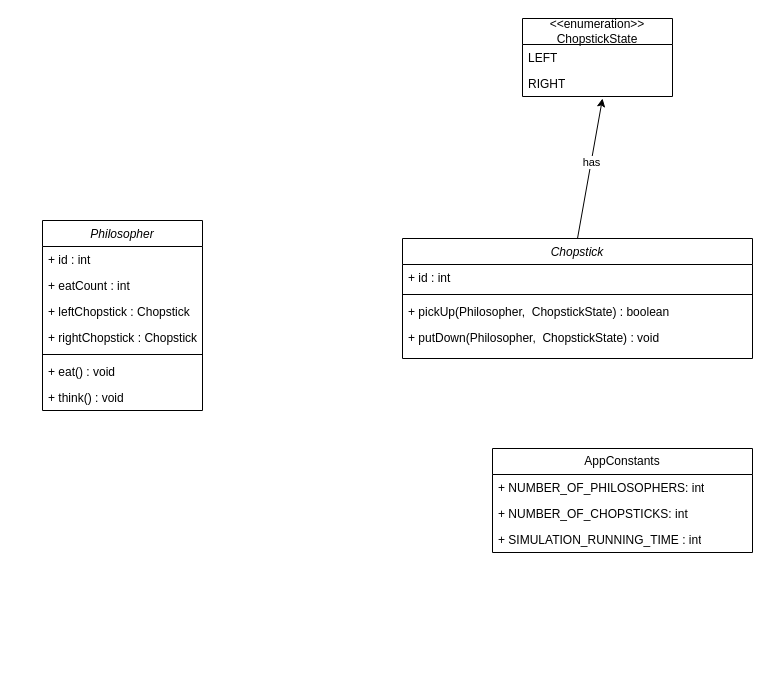
Above: Dining-Philosopher.drawio in akshaykverma/Multithreading (draw.io), before the change. Source tidied: cells renumbered, new cells numbered last; positions are measured from the earlier drawing's top-left corner, leaving out a move shared by most shapes. Both pictures are drawn from the tidied source at 100%, with x=0, y=0 at pixel (42, 18).
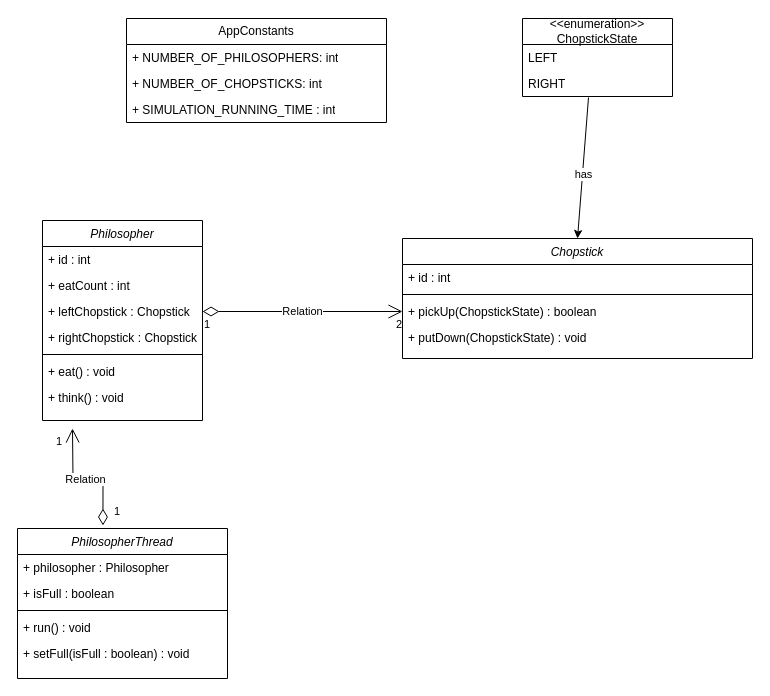
Above is the later version.

The change refers to these unchanged cells:
```xml
<mxCell id="5" value="+ leftChopstick : Chopstick" style="text;align=left;verticalAlign=top;spacingLeft=4;spacingRight=4;overflow=hidden;points=[[0,0.5],[1,0.5]];portConstraint=eastwest;" parent="2" vertex="1">
  <mxGeometry y="78" width="160" height="26" as="geometry" />
</mxCell>
<mxCell id="16" value="RIGHT" style="text;strokeColor=none;fillColor=none;align=left;verticalAlign=top;spacingLeft=4;spacingRight=4;overflow=hidden;points=[[0,0.5],[1,0.5]];portConstraint=eastwest;whiteSpace=wrap;html=1;" parent="14" vertex="1">
  <mxGeometry y="52" width="150" height="26" as="geometry" />
</mxCell>
<mxCell id="17" value="Chopstick" style="swimlane;fontStyle=2;align=center;verticalAlign=top;horizontal=1;startSize=26;rounded=0;shadow=0;strokeWidth=1;" parent="1" vertex="1">
  <mxGeometry x="360" y="220" width="350" height="120" as="geometry" />
</mxCell>
```

The edit, as a diff of the source:
```diff
@@
     <mxCell id="2" value="Philosopher" style="swimlane;fontStyle=2;align=center;verticalAlign=top;horizontal=1;startSize=26;rounded=0;shadow=0;strokeWidth=1;" parent="1" vertex="1">
-      <mxGeometry y="202" width="160" height="190" as="geometry" />
+      <mxGeometry y="202" width="160" height="200" as="geometry" />
     </mxCell>
@@
     <mxCell id="9" value="+ think() : void" style="text;align=left;verticalAlign=top;spacingLeft=4;spacingRight=4;overflow=hidden;" parent="2" vertex="1">
-      <mxGeometry y="164" width="160" height="26" as="geometry" />
+      <mxGeometry y="164" width="160" height="36" as="geometry" />
     </mxCell>
     <mxCell id="10" value="AppConstants" style="swimlane;fontStyle=0;horizontal=1;startSize=26;fillColor=none;whiteSpace=wrap;html=1;" parent="1" vertex="1">
-      <mxGeometry x="450" y="430" width="260" height="104" as="geometry" />
+      <mxGeometry x="84" width="260" height="104" as="geometry" />
     </mxCell>
@@
-    <mxCell id="20" value="+ pickUp(Philosopher,  ChopstickState) : boolean" style="text;align=left;verticalAlign=top;spacingLeft=4;spacingRight=4;overflow=hidden;" parent="17" vertex="1">
+    <mxCell id="20" value="+ pickUp(ChopstickState) : boolean" style="text;align=left;verticalAlign=top;spacingLeft=4;spacingRight=4;overflow=hidden;" parent="17" vertex="1">
       <mxGeometry y="60" width="350" height="26" as="geometry" />
     </mxCell>
-    <mxCell id="21" value="+ putDown(Philosopher,  ChopstickState) : void" style="text;align=left;verticalAlign=top;spacingLeft=4;spacingRight=4;overflow=hidden;" parent="17" vertex="1">
+    <mxCell id="21" value="+ putDown(ChopstickState) : void" style="text;align=left;verticalAlign=top;spacingLeft=4;spacingRight=4;overflow=hidden;" parent="17" vertex="1">
       <mxGeometry y="86" width="350" height="26" as="geometry" />
     </mxCell>
-    <mxCell id="22" style="endArrow=classic;html=1;rounded=0;exitX=0.5;exitY=0;exitDx=0;exitDy=0;" parent="1" edge="1" source="17">
-      <mxGeometry relative="1" as="geometry">
-        <mxPoint x="560" y="80" as="targetPoint" />
-      </mxGeometry>
+    <mxCell id="22" style="endArrow=classic;html=1;rounded=0;exitX=0.44;exitY=1.038;exitDx=0;exitDy=0;exitPerimeter=0;entryX=0.5;entryY=0;entryDx=0;entryDy=0;" parent="1" edge="1" source="16" target="17">
+      <mxGeometry relative="1" as="geometry" />
     </mxCell>
@@
+    <mxCell id="24" value="Relation" style="endArrow=open;html=1;endSize=12;startArrow=diamondThin;startSize=14;startFill=0;edgeStyle=orthogonalEdgeStyle;rounded=0;exitX=1;exitY=0.5;exitDx=0;exitDy=0;" parent="1" edge="1" source="5">
+      <mxGeometry relative="1" as="geometry">
+        <mxPoint x="360" y="293" as="targetPoint" />
+      </mxGeometry>
+    </mxCell>
+    <mxCell id="25" value="1" style="edgeLabel;html=1;align=left;verticalAlign=top;" parent="24" vertex="1">
+      <mxGeometry x="-1" relative="1" as="geometry" />
+    </mxCell>
+    <mxCell id="26" value="2" style="edgeLabel;html=1;align=right;verticalAlign=top;" parent="24" vertex="1">
+      <mxGeometry x="1" relative="1" as="geometry" />
+    </mxCell>
+    <mxCell id="27" value="PhilosopherThread" style="swimlane;fontStyle=2;align=center;verticalAlign=top;horizontal=1;startSize=26;rounded=0;shadow=0;strokeWidth=1;" parent="1" vertex="1">
+      <mxGeometry x="-25" y="510" width="210" height="150" as="geometry" />
+    </mxCell>
+    <mxCell id="28" value="+ philosopher : Philosopher" style="text;align=left;verticalAlign=top;spacingLeft=4;spacingRight=4;overflow=hidden;" parent="27" vertex="1">
+      <mxGeometry y="26" width="210" height="26" as="geometry" />
+    </mxCell>
+    <mxCell id="29" value="+ isFull : boolean" style="text;align=left;verticalAlign=top;spacingLeft=4;spacingRight=4;overflow=hidden;rounded=0;shadow=0;html=0;" parent="27" vertex="1">
+      <mxGeometry y="52" width="210" height="26" as="geometry" />
+    </mxCell>
+    <mxCell id="30" style="line;html=1;strokeWidth=1;align=left;verticalAlign=middle;spacingTop=-1;spacingLeft=3;spacingRight=3;labelPosition=right;" parent="27" vertex="1">
+      <mxGeometry y="78" width="210" height="8" as="geometry" />
+    </mxCell>
+    <mxCell id="31" value="+ run() : void" style="text;align=left;verticalAlign=top;spacingLeft=4;spacingRight=4;overflow=hidden;" parent="27" vertex="1">
+      <mxGeometry y="86" width="210" height="26" as="geometry" />
+    </mxCell>
+    <mxCell id="32" value="+ setFull(isFull : boolean) : void" style="text;align=left;verticalAlign=top;spacingLeft=4;spacingRight=4;overflow=hidden;" parent="27" vertex="1">
+      <mxGeometry y="112" width="210" height="26" as="geometry" />
+    </mxCell>
+    <mxCell id="33" value="Relation" style="endArrow=open;html=1;endSize=12;startArrow=diamondThin;startSize=14;startFill=0;edgeStyle=orthogonalEdgeStyle;rounded=0;exitX=0.407;exitY=-0.02;exitDx=0;exitDy=0;exitPerimeter=0;" parent="1" edge="1" source="27">
+      <mxGeometry relative="1" as="geometry">
+        <mxPoint x="30" y="410" as="targetPoint" />
+      </mxGeometry>
+    </mxCell>
+    <mxCell id="34" value="1" style="edgeLabel;html=1;align=left;verticalAlign=top;" parent="33" vertex="1">
+      <mxGeometry x="-1" relative="1" as="geometry">
+        <mxPoint x="10" y="-27" as="offset" />
+      </mxGeometry>
+    </mxCell>
+    <mxCell id="35" value="1" style="edgeLabel;html=1;align=right;verticalAlign=top;" parent="33" vertex="1">
+      <mxGeometry x="1" relative="1" as="geometry">
+        <mxPoint x="-10" as="offset" />
+      </mxGeometry>
+    </mxCell>
```
